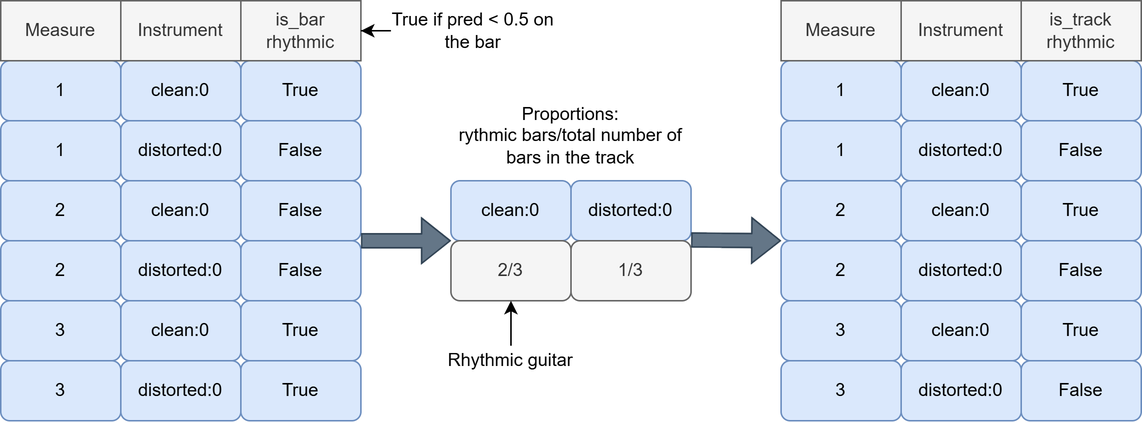
The draw.io diagram reports-presentations/images-figures/rhythm_guitar_selection.png in OlitHub/guitar-tab-gen, before a commit. Source tidied: cells renumbered, new cells last; positions are measured from the earlier drawing's top-left corner, leaving out a move shared by most shapes. Source of this version:
```xml
<mxGraphModel>
  <root>
    <mxCell id="0" />
    <mxCell id="1" parent="0" />
    <mxCell id="2" value="1" style="rounded=1;whiteSpace=wrap;html=1;fillColor=#dae8fc;strokeColor=#6c8ebf;" parent="1" vertex="1">
      <mxGeometry y="40" width="80" height="40" as="geometry" />
    </mxCell>
    <mxCell id="3" value="1" style="rounded=1;whiteSpace=wrap;html=1;fillColor=#dae8fc;strokeColor=#6c8ebf;" parent="1" vertex="1">
      <mxGeometry y="80" width="80" height="40" as="geometry" />
    </mxCell>
    <mxCell id="4" value="2" style="rounded=1;whiteSpace=wrap;html=1;fillColor=#dae8fc;strokeColor=#6c8ebf;" parent="1" vertex="1">
      <mxGeometry y="120" width="80" height="40" as="geometry" />
    </mxCell>
    <mxCell id="5" value="2" style="rounded=1;whiteSpace=wrap;html=1;fillColor=#dae8fc;strokeColor=#6c8ebf;" parent="1" vertex="1">
      <mxGeometry y="160" width="80" height="40" as="geometry" />
    </mxCell>
    <mxCell id="6" value="3" style="rounded=1;whiteSpace=wrap;html=1;fillColor=#dae8fc;strokeColor=#6c8ebf;" parent="1" vertex="1">
      <mxGeometry y="200" width="80" height="40" as="geometry" />
    </mxCell>
    <mxCell id="7" value="clean:0" style="rounded=1;whiteSpace=wrap;html=1;fillColor=#dae8fc;strokeColor=#6c8ebf;" parent="1" vertex="1">
      <mxGeometry x="80" y="40" width="80" height="40" as="geometry" />
    </mxCell>
    <mxCell id="8" value="True" style="rounded=1;whiteSpace=wrap;html=1;fillColor=#dae8fc;strokeColor=#6c8ebf;" parent="1" vertex="1">
      <mxGeometry x="160" y="40" width="80" height="40" as="geometry" />
    </mxCell>
    <mxCell id="9" value="distorted:0" style="rounded=1;whiteSpace=wrap;html=1;fillColor=#dae8fc;strokeColor=#6c8ebf;" parent="1" vertex="1">
      <mxGeometry x="80" y="80" width="80" height="40" as="geometry" />
    </mxCell>
    <mxCell id="10" value="False" style="rounded=1;whiteSpace=wrap;html=1;fillColor=#dae8fc;strokeColor=#6c8ebf;" parent="1" vertex="1">
      <mxGeometry x="160" y="80" width="80" height="40" as="geometry" />
    </mxCell>
    <mxCell id="11" value="Measure" style="rounded=0;whiteSpace=wrap;html=1;fillColor=#f5f5f5;fontColor=#333333;strokeColor=#666666;" parent="1" vertex="1">
      <mxGeometry width="80" height="40" as="geometry" />
    </mxCell>
    <mxCell id="12" value="Instrument" style="rounded=0;whiteSpace=wrap;html=1;fillColor=#f5f5f5;fontColor=#333333;strokeColor=#666666;" parent="1" vertex="1">
      <mxGeometry x="80" width="80" height="40" as="geometry" />
    </mxCell>
    <mxCell id="13" value="is_bar&lt;div&gt;rhythmic&lt;/div&gt;" style="rounded=0;whiteSpace=wrap;html=1;fillColor=#f5f5f5;fontColor=#333333;strokeColor=#666666;" parent="1" vertex="1">
      <mxGeometry x="160" width="80" height="40" as="geometry" />
    </mxCell>
    <mxCell id="14" value="clean:0" style="rounded=1;whiteSpace=wrap;html=1;fillColor=#dae8fc;strokeColor=#6c8ebf;" parent="1" vertex="1">
      <mxGeometry x="80" y="120" width="80" height="40" as="geometry" />
    </mxCell>
    <mxCell id="15" value="distorted:0" style="rounded=1;whiteSpace=wrap;html=1;fillColor=#dae8fc;strokeColor=#6c8ebf;" parent="1" vertex="1">
      <mxGeometry x="80" y="160" width="80" height="40" as="geometry" />
    </mxCell>
    <mxCell id="16" value="clean:0" style="rounded=1;whiteSpace=wrap;html=1;fillColor=#dae8fc;strokeColor=#6c8ebf;" parent="1" vertex="1">
      <mxGeometry x="80" y="200" width="80" height="40" as="geometry" />
    </mxCell>
    <mxCell id="17" value="distorted:0" style="rounded=1;whiteSpace=wrap;html=1;fillColor=#dae8fc;strokeColor=#6c8ebf;" parent="1" vertex="1">
      <mxGeometry x="80" y="240" width="80" height="40" as="geometry" />
    </mxCell>
    <mxCell id="18" value="3" style="rounded=1;whiteSpace=wrap;html=1;fillColor=#dae8fc;strokeColor=#6c8ebf;" parent="1" vertex="1">
      <mxGeometry y="240" width="80" height="40" as="geometry" />
    </mxCell>
    <mxCell id="19" value="False" style="rounded=1;whiteSpace=wrap;html=1;fillColor=#dae8fc;strokeColor=#6c8ebf;" parent="1" vertex="1">
      <mxGeometry x="160" y="120" width="80" height="40" as="geometry" />
    </mxCell>
    <mxCell id="20" value="False" style="rounded=1;whiteSpace=wrap;html=1;fillColor=#dae8fc;strokeColor=#6c8ebf;" parent="1" vertex="1">
      <mxGeometry x="160" y="160" width="80" height="40" as="geometry" />
    </mxCell>
    <mxCell id="21" value="True" style="rounded=1;whiteSpace=wrap;html=1;fillColor=#dae8fc;strokeColor=#6c8ebf;" parent="1" vertex="1">
      <mxGeometry x="160" y="200" width="80" height="40" as="geometry" />
    </mxCell>
    <mxCell id="22" value="True" style="rounded=1;whiteSpace=wrap;html=1;fillColor=#dae8fc;strokeColor=#6c8ebf;" parent="1" vertex="1">
      <mxGeometry x="160" y="240" width="80" height="40" as="geometry" />
    </mxCell>
    <mxCell id="23" style="shape=flexArrow;endArrow=classic;html=1;rounded=0;exitX=1;exitY=0;exitDx=0;exitDy=0;fillColor=#647687;strokeColor=#314354;width=9.30232558139535;endSize=6.016279069767442;" parent="1" edge="1" source="20">
      <mxGeometry relative="1" as="geometry">
        <mxPoint x="300" y="160" as="targetPoint" />
      </mxGeometry>
    </mxCell>
    <mxCell id="24" value="Proportions:&lt;div&gt;rythmic bars/total number of bars in the track&lt;/div&gt;" style="text;html=1;align=center;verticalAlign=middle;whiteSpace=wrap;rounded=0;" parent="1" vertex="1">
      <mxGeometry x="300" y="60" width="160" height="60" as="geometry" />
    </mxCell>
    <mxCell id="25" value="clean:0" style="rounded=1;whiteSpace=wrap;html=1;fillColor=#dae8fc;strokeColor=#6c8ebf;" parent="1" vertex="1">
      <mxGeometry x="300" y="120" width="80" height="40" as="geometry" />
    </mxCell>
    <mxCell id="26" value="distorted:0" style="rounded=1;whiteSpace=wrap;html=1;fillColor=#dae8fc;strokeColor=#6c8ebf;" parent="1" vertex="1">
      <mxGeometry x="380" y="120" width="80" height="40" as="geometry" />
    </mxCell>
    <mxCell id="27" value="2/3" style="rounded=1;whiteSpace=wrap;html=1;fillColor=#f5f5f5;strokeColor=#666666;fontColor=#333333;" parent="1" vertex="1">
      <mxGeometry x="300" y="160" width="80" height="40" as="geometry" />
    </mxCell>
    <mxCell id="28" value="1/3" style="rounded=1;whiteSpace=wrap;html=1;fillColor=#f5f5f5;strokeColor=#666666;fontColor=#333333;" parent="1" vertex="1">
      <mxGeometry x="380" y="160" width="80" height="40" as="geometry" />
    </mxCell>
    <mxCell id="29" style="shape=flexArrow;endArrow=classic;html=1;rounded=0;exitX=1;exitY=0;exitDx=0;exitDy=0;fillColor=#647687;strokeColor=#314354;width=9.30232558139535;endSize=6.016279069767442;" parent="1" edge="1">
      <mxGeometry relative="1" as="geometry">
        <mxPoint x="460" y="159.5" as="sourcePoint" />
        <mxPoint x="520" y="160" as="targetPoint" />
      </mxGeometry>
    </mxCell>
    <mxCell id="30" value="1" style="rounded=1;whiteSpace=wrap;html=1;fillColor=#dae8fc;strokeColor=#6c8ebf;" parent="1" vertex="1">
      <mxGeometry x="520" y="40" width="80" height="40" as="geometry" />
    </mxCell>
    <mxCell id="31" value="1" style="rounded=1;whiteSpace=wrap;html=1;fillColor=#dae8fc;strokeColor=#6c8ebf;" parent="1" vertex="1">
      <mxGeometry x="520" y="80" width="80" height="40" as="geometry" />
    </mxCell>
    <mxCell id="32" value="clean:0" style="rounded=1;whiteSpace=wrap;html=1;fillColor=#dae8fc;strokeColor=#6c8ebf;" parent="1" vertex="1">
      <mxGeometry x="600" y="40" width="80" height="40" as="geometry" />
    </mxCell>
    <mxCell id="33" value="True" style="rounded=1;whiteSpace=wrap;html=1;fillColor=#dae8fc;strokeColor=#6c8ebf;" parent="1" vertex="1">
      <mxGeometry x="680" y="40" width="80" height="40" as="geometry" />
    </mxCell>
    <mxCell id="34" value="distorted:0" style="rounded=1;whiteSpace=wrap;html=1;fillColor=#dae8fc;strokeColor=#6c8ebf;" parent="1" vertex="1">
      <mxGeometry x="600" y="80" width="80" height="40" as="geometry" />
    </mxCell>
    <mxCell id="35" value="False" style="rounded=1;whiteSpace=wrap;html=1;fillColor=#dae8fc;strokeColor=#6c8ebf;" parent="1" vertex="1">
      <mxGeometry x="680" y="80" width="80" height="40" as="geometry" />
    </mxCell>
    <mxCell id="36" value="Measure" style="rounded=0;whiteSpace=wrap;html=1;fillColor=#f5f5f5;fontColor=#333333;strokeColor=#666666;" parent="1" vertex="1">
      <mxGeometry x="520" width="80" height="40" as="geometry" />
    </mxCell>
    <mxCell id="37" value="Instrument" style="rounded=0;whiteSpace=wrap;html=1;fillColor=#f5f5f5;fontColor=#333333;strokeColor=#666666;" parent="1" vertex="1">
      <mxGeometry x="600" width="80" height="40" as="geometry" />
    </mxCell>
    <mxCell id="38" value="is_track&lt;div&gt;&lt;span style=&quot;background-color: transparent; color: light-dark(rgb(51, 51, 51), rgb(193, 193, 193));&quot;&gt;rhythmic&lt;/span&gt;&lt;/div&gt;" style="rounded=0;whiteSpace=wrap;html=1;fillColor=#f5f5f5;fontColor=#333333;strokeColor=#666666;" parent="1" vertex="1">
      <mxGeometry x="680" width="80" height="40" as="geometry" />
    </mxCell>
    <mxCell id="39" value="2" style="rounded=1;whiteSpace=wrap;html=1;fillColor=#dae8fc;strokeColor=#6c8ebf;" parent="1" vertex="1">
      <mxGeometry x="520" y="120" width="80" height="40" as="geometry" />
    </mxCell>
    <mxCell id="40" value="2" style="rounded=1;whiteSpace=wrap;html=1;fillColor=#dae8fc;strokeColor=#6c8ebf;" parent="1" vertex="1">
      <mxGeometry x="520" y="160" width="80" height="40" as="geometry" />
    </mxCell>
    <mxCell id="41" value="3" style="rounded=1;whiteSpace=wrap;html=1;fillColor=#dae8fc;strokeColor=#6c8ebf;" parent="1" vertex="1">
      <mxGeometry x="520" y="200" width="80" height="40" as="geometry" />
    </mxCell>
    <mxCell id="42" value="clean:0" style="rounded=1;whiteSpace=wrap;html=1;fillColor=#dae8fc;strokeColor=#6c8ebf;" parent="1" vertex="1">
      <mxGeometry x="600" y="120" width="80" height="40" as="geometry" />
    </mxCell>
    <mxCell id="43" value="distorted:0" style="rounded=1;whiteSpace=wrap;html=1;fillColor=#dae8fc;strokeColor=#6c8ebf;" parent="1" vertex="1">
      <mxGeometry x="600" y="160" width="80" height="40" as="geometry" />
    </mxCell>
    <mxCell id="44" value="clean:0" style="rounded=1;whiteSpace=wrap;html=1;fillColor=#dae8fc;strokeColor=#6c8ebf;" parent="1" vertex="1">
      <mxGeometry x="600" y="200" width="80" height="40" as="geometry" />
    </mxCell>
    <mxCell id="45" value="distorted:0" style="rounded=1;whiteSpace=wrap;html=1;fillColor=#dae8fc;strokeColor=#6c8ebf;" parent="1" vertex="1">
      <mxGeometry x="600" y="240" width="80" height="40" as="geometry" />
    </mxCell>
    <mxCell id="46" value="3" style="rounded=1;whiteSpace=wrap;html=1;fillColor=#dae8fc;strokeColor=#6c8ebf;" parent="1" vertex="1">
      <mxGeometry x="520" y="240" width="80" height="40" as="geometry" />
    </mxCell>
    <mxCell id="47" value="True" style="rounded=1;whiteSpace=wrap;html=1;fillColor=#dae8fc;strokeColor=#6c8ebf;" parent="1" vertex="1">
      <mxGeometry x="680" y="120" width="80" height="40" as="geometry" />
    </mxCell>
    <mxCell id="48" value="False" style="rounded=1;whiteSpace=wrap;html=1;fillColor=#dae8fc;strokeColor=#6c8ebf;" parent="1" vertex="1">
      <mxGeometry x="680" y="160" width="80" height="40" as="geometry" />
    </mxCell>
    <mxCell id="49" value="True" style="rounded=1;whiteSpace=wrap;html=1;fillColor=#dae8fc;strokeColor=#6c8ebf;" parent="1" vertex="1">
      <mxGeometry x="680" y="200" width="80" height="40" as="geometry" />
    </mxCell>
    <mxCell id="50" value="False" style="rounded=1;whiteSpace=wrap;html=1;fillColor=#dae8fc;strokeColor=#6c8ebf;" parent="1" vertex="1">
      <mxGeometry x="680" y="240" width="80" height="40" as="geometry" />
    </mxCell>
    <mxCell id="51" style="edgeStyle=orthogonalEdgeStyle;rounded=0;jettySize=auto;html=1;entryX=1;entryY=0.5;entryDx=0;entryDy=0;" parent="1" edge="1" source="52" target="13">
      <mxGeometry relative="1" as="geometry" />
    </mxCell>
    <mxCell id="52" value="True if pred &amp;lt; 0.5 on the bar" style="text;html=1;align=center;verticalAlign=middle;whiteSpace=wrap;rounded=0;" parent="1" vertex="1">
      <mxGeometry x="260" width="110" height="40" as="geometry" />
    </mxCell>
    <mxCell id="53" style="edgeStyle=orthogonalEdgeStyle;rounded=0;jettySize=auto;html=1;entryX=0.5;entryY=1;entryDx=0;entryDy=0;" parent="1" edge="1" source="54" target="27">
      <mxGeometry relative="1" as="geometry" />
    </mxCell>
    <mxCell id="54" value="Rhythmic guitar" style="text;html=1;align=center;verticalAlign=middle;whiteSpace=wrap;rounded=0;" parent="1" vertex="1">
      <mxGeometry x="290" y="230" width="100" height="20" as="geometry" />
    </mxCell>
  </root>
</mxGraphModel>
```
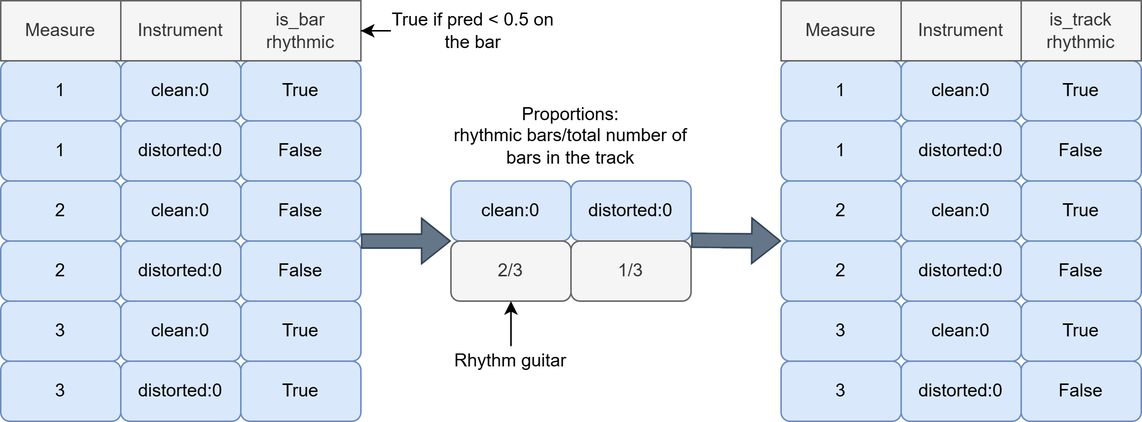
Above is the later version.

The edit, as a diff of the source:
```diff
@@ -70,7 +70,7 @@
         <mxPoint x="300" y="160" as="targetPoint" />
       </mxGeometry>
     </mxCell>
-    <mxCell id="24" value="Proportions:&lt;div&gt;rythmic bars/total number of bars in the track&lt;/div&gt;" style="text;html=1;align=center;verticalAlign=middle;whiteSpace=wrap;rounded=0;" parent="1" vertex="1">
+    <mxCell id="24" value="Proportions:&lt;div&gt;rhythmic bars/total number of bars in the track&lt;/div&gt;" style="text;html=1;align=center;verticalAlign=middle;whiteSpace=wrap;rounded=0;" parent="1" vertex="1">
       <mxGeometry x="300" y="60" width="160" height="60" as="geometry" />
     </mxCell>
     <mxCell id="25" value="clean:0" style="rounded=1;whiteSpace=wrap;html=1;fillColor=#dae8fc;strokeColor=#6c8ebf;" parent="1" vertex="1">
@@ -163,7 +163,7 @@
     <mxCell id="53" style="edgeStyle=orthogonalEdgeStyle;rounded=0;jettySize=auto;html=1;entryX=0.5;entryY=1;entryDx=0;entryDy=0;" parent="1" edge="1" source="54" target="27">
       <mxGeometry relative="1" as="geometry" />
     </mxCell>
-    <mxCell id="54" value="Rhythmic guitar" style="text;html=1;align=center;verticalAlign=middle;whiteSpace=wrap;rounded=0;" parent="1" vertex="1">
+    <mxCell id="54" value="Rhythm guitar" style="text;html=1;align=center;verticalAlign=middle;whiteSpace=wrap;rounded=0;" parent="1" vertex="1">
       <mxGeometry x="290" y="230" width="100" height="20" as="geometry" />
     </mxCell>
   </root>
```
